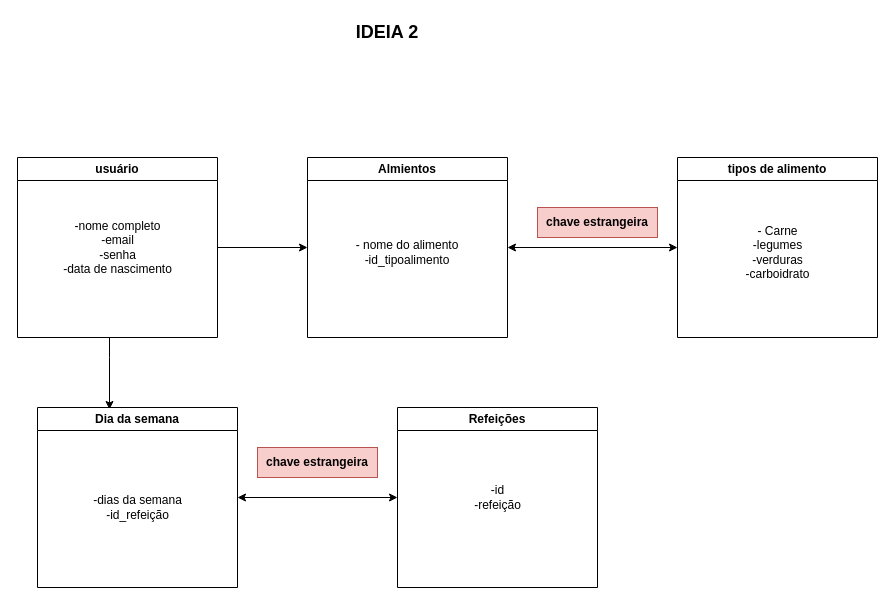
The draw.io diagram Desenvolvimento/SCRIPTBD/ideia2.drawio in FelipeRoriz0/MakeYourdiet, before the edit. Source tidied: cells renumbered, new cells numbered last; positions are measured from the earlier drawing's top-left corner, leaving out a move shared by most shapes. Both pictures are drawn from the tidied source at 100%, with x=0, y=0 at pixel (17, 17).
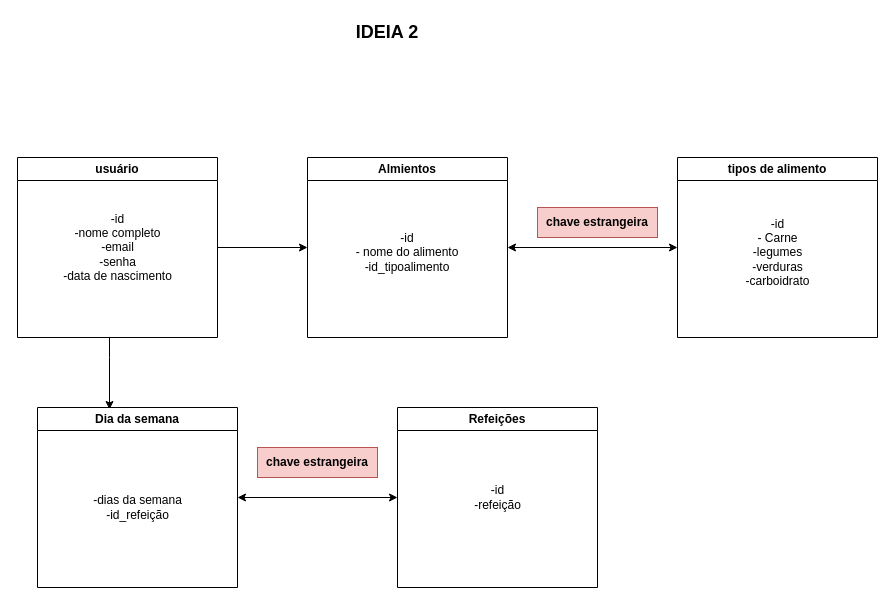
The same diagram, later.

Commit message (it also covers changes not shown here):
pasta para desenvolvimento do trabalho

The change refers to these unchanged cells:
```xml
<mxCell id="5" value="usuário" style="swimlane;whiteSpace=wrap;html=1;fontSize=12;" parent="1" vertex="1">
  <mxGeometry y="140" width="200" height="180" as="geometry" />
</mxCell>
<mxCell id="7" value="Almientos" style="swimlane;whiteSpace=wrap;html=1;fontSize=12;" parent="1" vertex="1">
  <mxGeometry x="290" y="140" width="200" height="180" as="geometry" />
</mxCell>
<mxCell id="9" value="tipos de alimento" style="swimlane;whiteSpace=wrap;html=1;fontSize=12;" parent="1" vertex="1">
  <mxGeometry x="660" y="140" width="200" height="180" as="geometry" />
</mxCell>
```

What changed in the source:
```diff
@@
-    <mxCell id="6" value="-nome completo&lt;br&gt;-email&lt;br&gt;-senha&lt;br&gt;-data de nascimento" style="text;html=1;align=center;verticalAlign=middle;strokeColor=none;fillColor=none;fontSize=12;" parent="5" vertex="1">
-      <mxGeometry x="35" y="55" width="130" height="70" as="geometry" />
+    <mxCell id="6" value="-id&lt;br&gt;-nome completo&lt;br&gt;-email&lt;br&gt;-senha&lt;br&gt;-data de nascimento" style="text;html=1;align=center;verticalAlign=middle;strokeColor=none;fillColor=none;fontSize=12;" parent="5" vertex="1">
+      <mxGeometry x="35" y="45" width="130" height="90" as="geometry" />
     </mxCell>
@@
-    <mxCell id="8" value="- nome do alimento&lt;br&gt;-id_tipoalimento" style="text;html=1;strokeColor=none;fillColor=none;align=center;verticalAlign=middle;whiteSpace=wrap;rounded=0;fontSize=12;" parent="7" vertex="1">
+    <mxCell id="8" value="&lt;span style=&quot;&quot;&gt;-id&lt;/span&gt;&lt;br&gt;- nome do alimento&lt;br&gt;-id_tipoalimento" style="text;html=1;strokeColor=none;fillColor=none;align=center;verticalAlign=middle;whiteSpace=wrap;rounded=0;fontSize=12;" parent="7" vertex="1">
       <mxGeometry x="40" y="80" width="120" height="30" as="geometry" />
     </mxCell>
@@
-    <mxCell id="10" value="- Carne&lt;br&gt;-legumes&lt;br&gt;-verduras&lt;br&gt;-carboidrato" style="text;html=1;align=center;verticalAlign=middle;strokeColor=none;fillColor=none;fontSize=12;" parent="9" vertex="1">
-      <mxGeometry x="55" y="60" width="90" height="70" as="geometry" />
+    <mxCell id="10" value="-id&lt;br&gt;- Carne&lt;br&gt;-legumes&lt;br&gt;-verduras&lt;br&gt;-carboidrato" style="text;html=1;align=center;verticalAlign=middle;strokeColor=none;fillColor=none;fontSize=12;" parent="9" vertex="1">
+      <mxGeometry x="55" y="50" width="90" height="90" as="geometry" />
     </mxCell>
```
